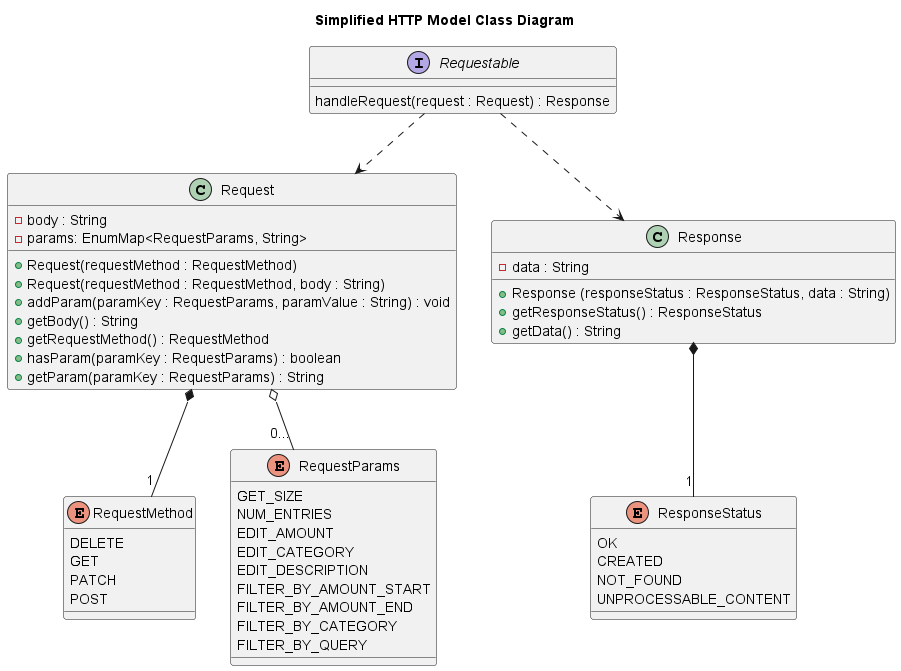
This is docs/static/communication/SimplifiedHTTPClassDiagram.png from nus-cs2113-AY2223S2/tp, a PlantUML export, as it was before one commit.
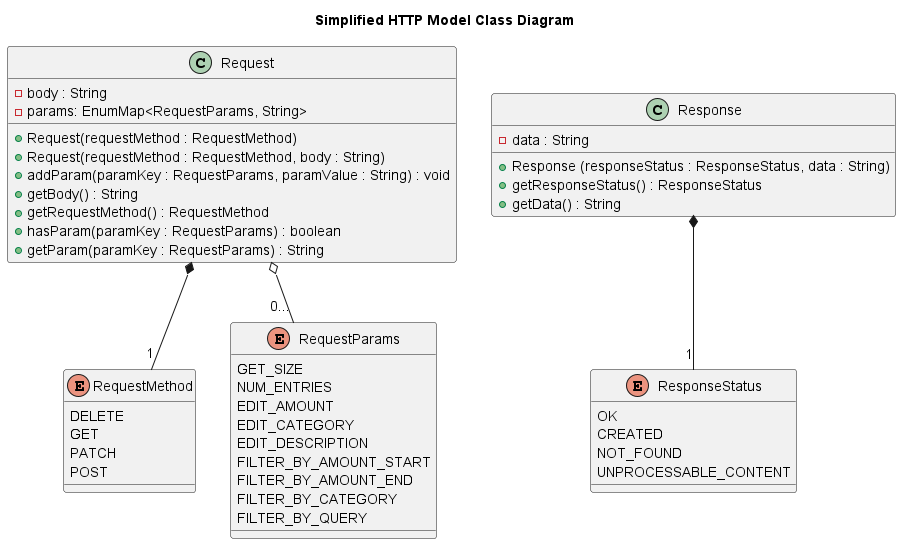
Above is the later version.

Diff of the diagram source:
```diff
@@ -1,22 +1,15 @@
 @startuml
 title Simplified HTTP Model Class Diagram
 
-interface Requestable
 class Request
 enum RequestMethod
 enum RequestParams
 class Response
 enum ResponseStatus
 
-Requestable ..> Request
-Requestable ..> Response
 Request *-- "1" RequestMethod
 Request o-- "0..." RequestParams
 Response *-- "1" ResponseStatus
-
-interface Requestable {
-    handleRequest(request : Request) : Response
-}
 
 class Request {
 - body : String
```
